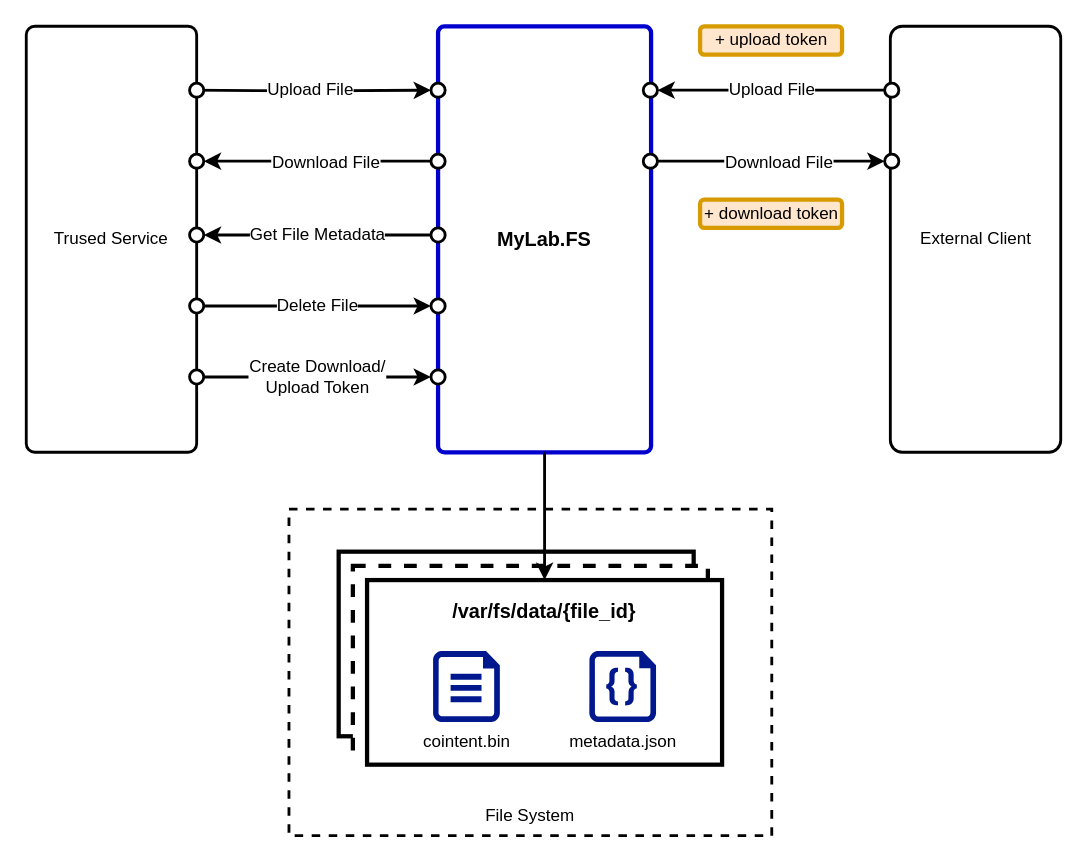
Before: page "inner" (1 of 5) of doc/diagramms/mylab-fs.drawio in mylab-tools/file-storage, a draw.io diagram. Source tidied: cells renumbered, new cells numbered last; positions are measured from the earlier drawing's top-left corner, leaving out a move shared by most shapes. Both pictures are drawn from the tidied source at 142%, with x=0, y=0 at pixel (26, 26).
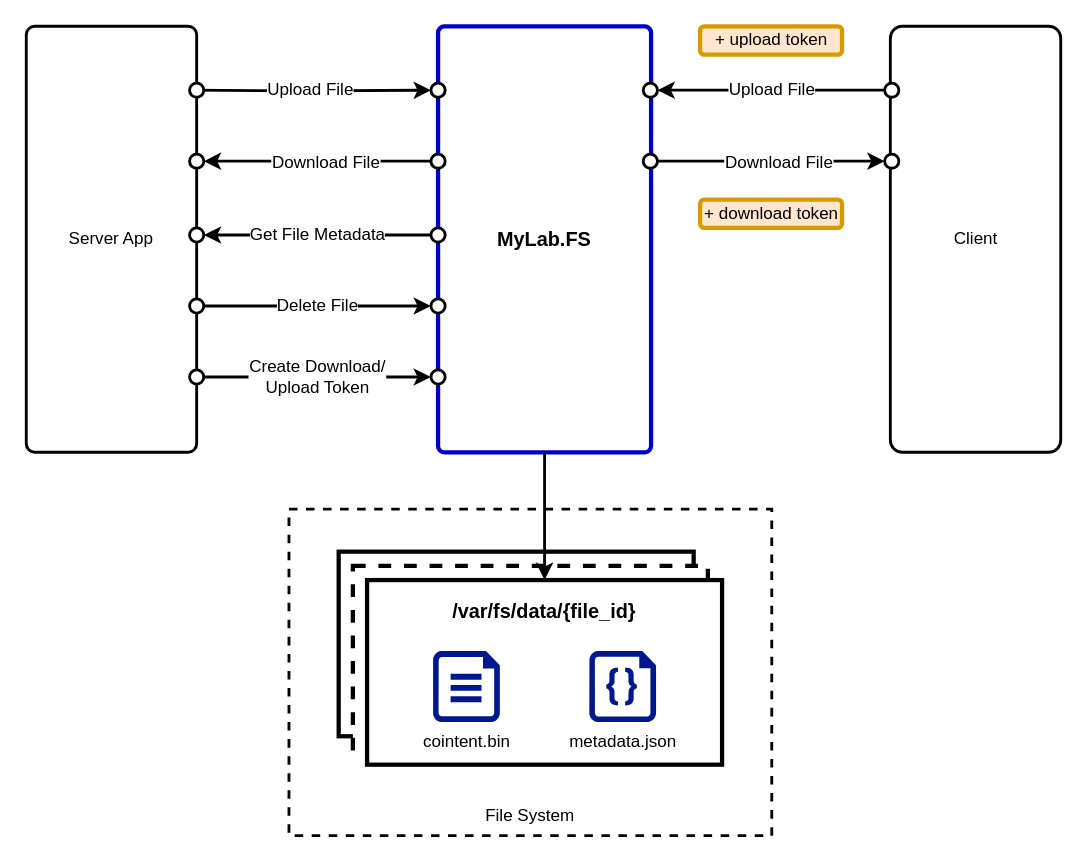
Above is the later version.

The edit, as a diff of the source:
```diff
@@
-    <mxCell id="5" value="Trused Service" style="rounded=1;whiteSpace=wrap;html=1;strokeWidth=2;fillColor=#ffffff;align=center;arcSize=5;" parent="1" vertex="1">
+    <mxCell id="5" value="Server App" style="rounded=1;whiteSpace=wrap;html=1;strokeWidth=2;fillColor=#ffffff;align=center;arcSize=5;" parent="1" vertex="1">
       <mxGeometry width="120" height="300" as="geometry" />
     </mxCell>
@@
-    <mxCell id="18" value="External Client" style="rounded=1;whiteSpace=wrap;html=1;strokeWidth=2;fillColor=#ffffff;align=center;arcSize=7;" parent="1" vertex="1">
+    <mxCell id="18" value="Client" style="rounded=1;whiteSpace=wrap;html=1;strokeWidth=2;fillColor=#ffffff;align=center;arcSize=7;" parent="1" vertex="1">
       <mxGeometry x="608.5" width="120" height="300" as="geometry" />
     </mxCell>
```
